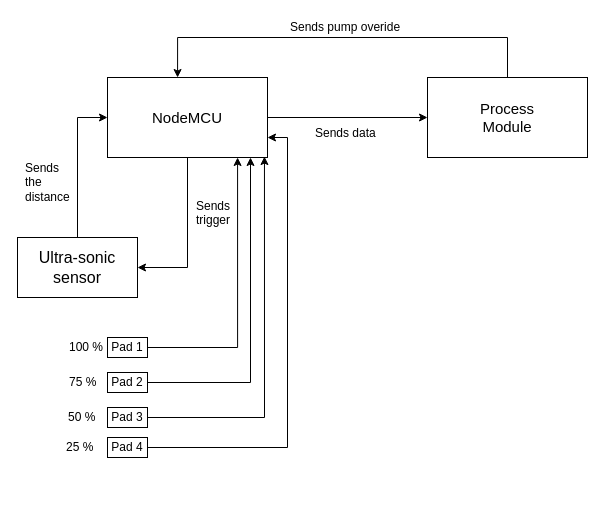
The draw.io diagram Diagrams/water-level-module.drawio in sashuu69/iot-water-level-indicator, before the edit. Source tidied: cells renumbered, new cells numbered last; positions are measured from the earlier drawing's top-left corner, leaving out a move shared by most shapes. Both pictures are drawn from the tidied source at 100%, with x=0, y=0 at pixel (17, 17).
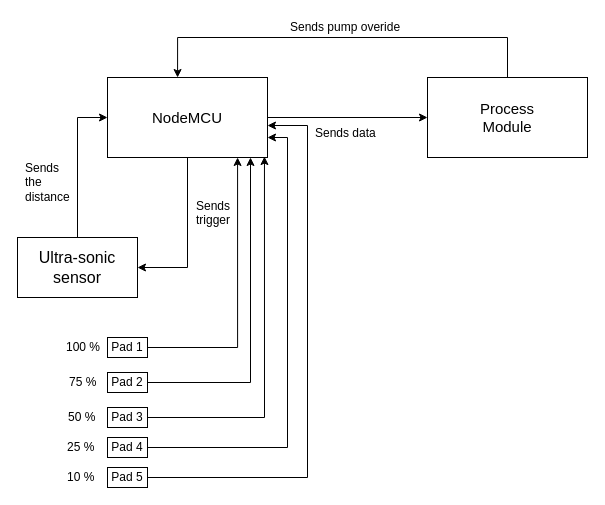
The same page after the edit.

Unchanged cells that the change refers to:
```xml
<mxCell id="6" value="&lt;font style=&quot;font-size: 15px&quot;&gt;NodeMCU&lt;/font&gt;" style="rounded=0;whiteSpace=wrap;html=1;" parent="1" vertex="1">
  <mxGeometry x="90" y="60" width="160" height="80" as="geometry" />
</mxCell>
```

Change to the diagram source:
```diff
@@
     <mxCell id="21" value="25 %" style="text;html=1;align=left;verticalAlign=top;spacingTop=-4;" parent="1" vertex="1">
-      <mxGeometry x="47" y="420" width="40" height="20" as="geometry" />
+      <mxGeometry x="48" y="420" width="40" height="20" as="geometry" />
     </mxCell>
@@
     <mxCell id="24" value="100 %" style="text;html=1;align=left;verticalAlign=top;spacingTop=-4;" parent="1" vertex="1">
-      <mxGeometry x="50" y="320" width="50" height="20" as="geometry" />
+      <mxGeometry x="47" y="320" width="50" height="20" as="geometry" />
     </mxCell>
+    <mxCell id="25" style="edgeStyle=orthogonalEdgeStyle;rounded=0;jettySize=auto;html=1;entryX=1;entryY=0.6;entryDx=0;entryDy=0;entryPerimeter=0;" parent="1" edge="1" source="26" target="6">
+      <mxGeometry relative="1" as="geometry">
+        <Array as="points">
+          <mxPoint x="290" y="460" />
+          <mxPoint x="290" y="108" />
+        </Array>
+      </mxGeometry>
+    </mxCell>
+    <mxCell id="26" value="Pad 5" style="rounded=0;whiteSpace=wrap;html=1;" parent="1" vertex="1">
+      <mxGeometry x="90" y="450" width="40" height="20" as="geometry" />
+    </mxCell>
+    <mxCell id="27" value="10 %" style="text;html=1;align=left;verticalAlign=top;spacingTop=-4;" parent="1" vertex="1">
+      <mxGeometry x="48" y="450" width="40" height="20" as="geometry" />
+    </mxCell>
```
